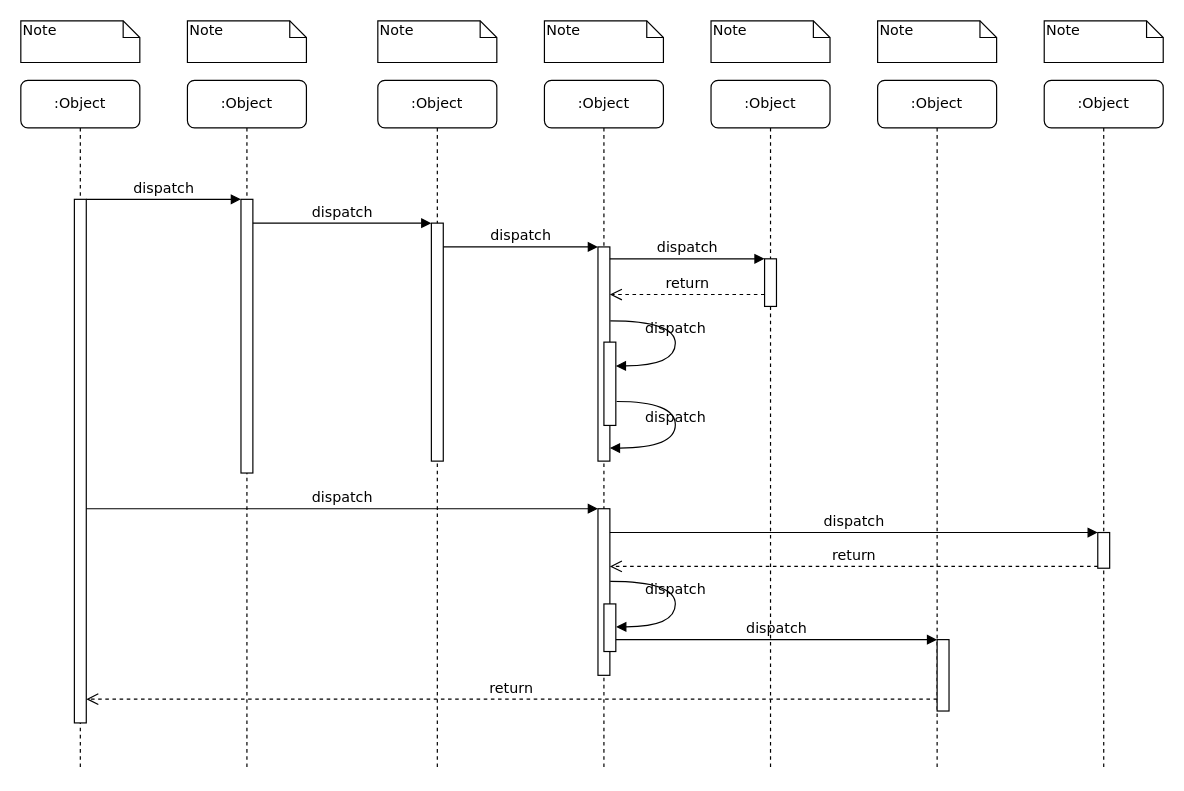
Before: Untitled Diagram.drawio in likesea/blog, a draw.io diagram. Source tidied: cells renumbered, new cells numbered last; positions are measured from the earlier drawing's top-left corner, leaving out a move shared by most shapes. Both pictures are drawn from the tidied source at 119%, with x=0, y=0 at pixel (20, 20).
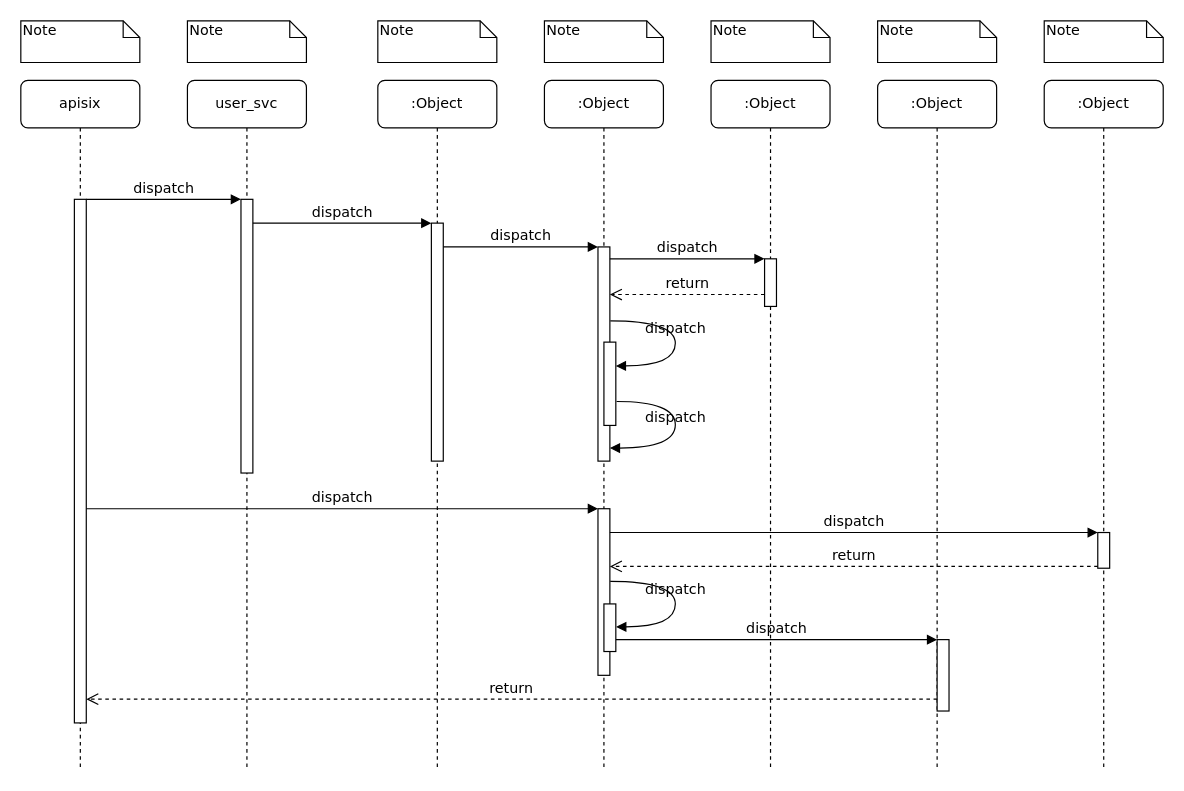
Above is the later version.

What changed in the source:
```diff
@@
-    <mxCell id="2" value=":Object" style="shape=umlLifeline;perimeter=lifelinePerimeter;whiteSpace=wrap;html=1;rounded=1;shadow=0;comic=0;labelBackgroundColor=none;strokeWidth=1;fontFamily=Verdana;fontSize=12;align=center;" parent="1" vertex="1">
+    <mxCell id="2" value="user_svc" style="shape=umlLifeline;perimeter=lifelinePerimeter;whiteSpace=wrap;html=1;rounded=1;shadow=0;comic=0;labelBackgroundColor=none;strokeWidth=1;fontFamily=Verdana;fontSize=12;align=center;" parent="1" vertex="1">
       <mxGeometry x="140" y="50" width="100" height="580" as="geometry" />
     </mxCell>
@@
-    <mxCell id="10" value=":Object" style="shape=umlLifeline;perimeter=lifelinePerimeter;whiteSpace=wrap;html=1;rounded=1;shadow=0;comic=0;labelBackgroundColor=none;strokeWidth=1;fontFamily=Verdana;fontSize=12;align=center;" parent="1" vertex="1">
+    <mxCell id="10" value="apisix" style="shape=umlLifeline;perimeter=lifelinePerimeter;whiteSpace=wrap;html=1;rounded=1;shadow=0;comic=0;labelBackgroundColor=none;strokeWidth=1;fontFamily=Verdana;fontSize=12;align=center;" parent="1" vertex="1">
       <mxGeometry y="50" width="100" height="580" as="geometry" />
     </mxCell>
```
